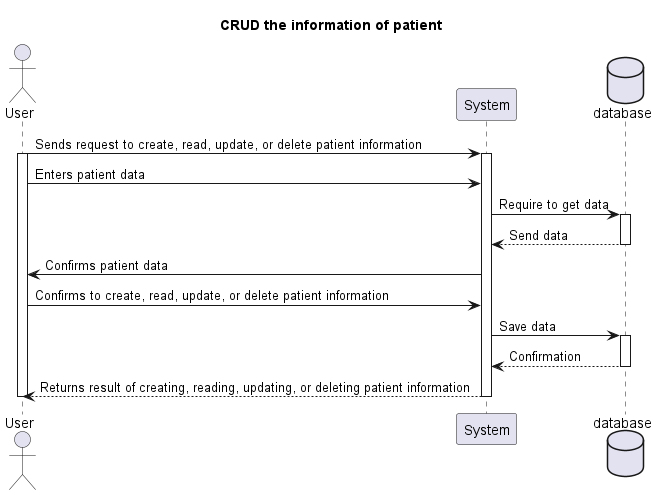
Above: Lab1.2/Sequence diagram/CRUD patient information_sequence.png in baonehe/SE357-Pratice-class (PlantUML), before the change.
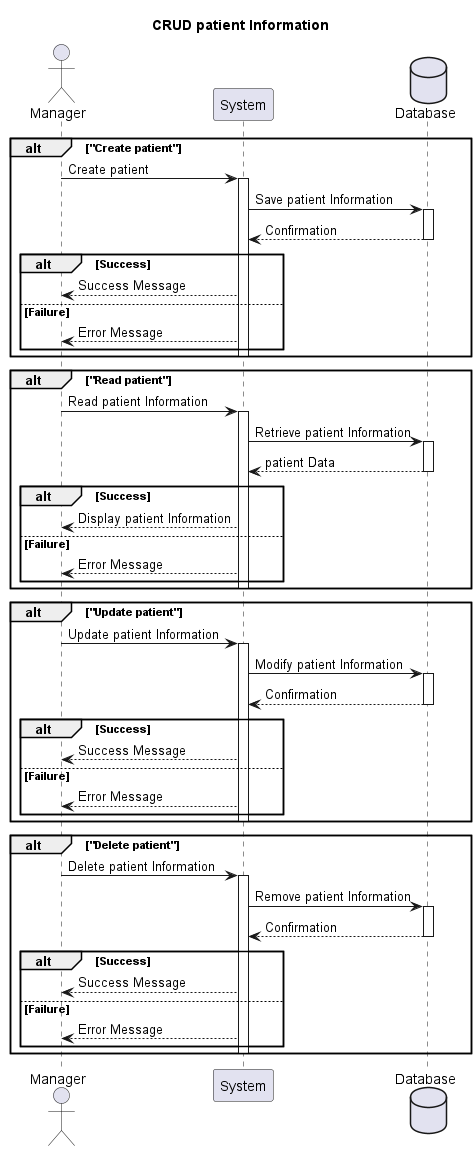
After the commit.

Diff of the diagram source:
```diff
@@ -1,24 +1,68 @@
 @startuml
-Title CRUD the information of patient
-actor User
+title CRUD patient Information
+
+actor Manager
 participant System
-Database database
+database Database
 
-User -> System: Sends request to create, read, update, or delete patient information
-activate User
-activate System
-User -> System: Enters patient data
-System -> database: Require to get data
-activate database
-database --> System: Send data
-deactivate database
-System -> User: Confirms patient data
-User -> System: Confirms to create, read, update, or delete patient information
-System-> database: Save data
-activate database
-database --> System: Confirmation
-deactivate database
-System --> User: Returns result of creating, reading, updating, or deleting patient information
-deactivate System
-deactivate User
+alt "Create patient"
+  Manager -> System: Create patient
+  activate System
+  System -> Database: Save patient Information
+  activate Database
+  Database --> System: Confirmation
+  deactivate Database
+  alt Success
+    System --> Manager: Success Message
+  else Failure
+    System --> Manager: Error Message
+  end
+  deactivate System
+end
+
+alt "Read patient"
+  Manager -> System: Read patient Information
+  activate System
+  System -> Database: Retrieve patient Information
+  activate Database
+  Database --> System: patient Data
+  deactivate Database
+  alt Success
+    System --> Manager: Display patient Information
+  else Failure
+    System --> Manager: Error Message
+  end
+  deactivate System
+end
+
+alt "Update patient"
+  Manager -> System: Update patient Information
+  activate System
+  System -> Database: Modify patient Information
+  activate Database
+  Database --> System: Confirmation
+  deactivate Database
+  alt Success
+    System --> Manager: Success Message
+  else Failure
+    System --> Manager: Error Message
+  end
+  deactivate System
+end
+
+alt "Delete patient"
+  Manager -> System: Delete patient Information
+  activate System
+  System -> Database: Remove patient Information
+  activate Database
+  Database --> System: Confirmation
+  deactivate Database
+  alt Success
+    System --> Manager: Success Message
+  else Failure
+    System --> Manager: Error Message
+  end
+  deactivate System
+end
+
 @enduml
```
